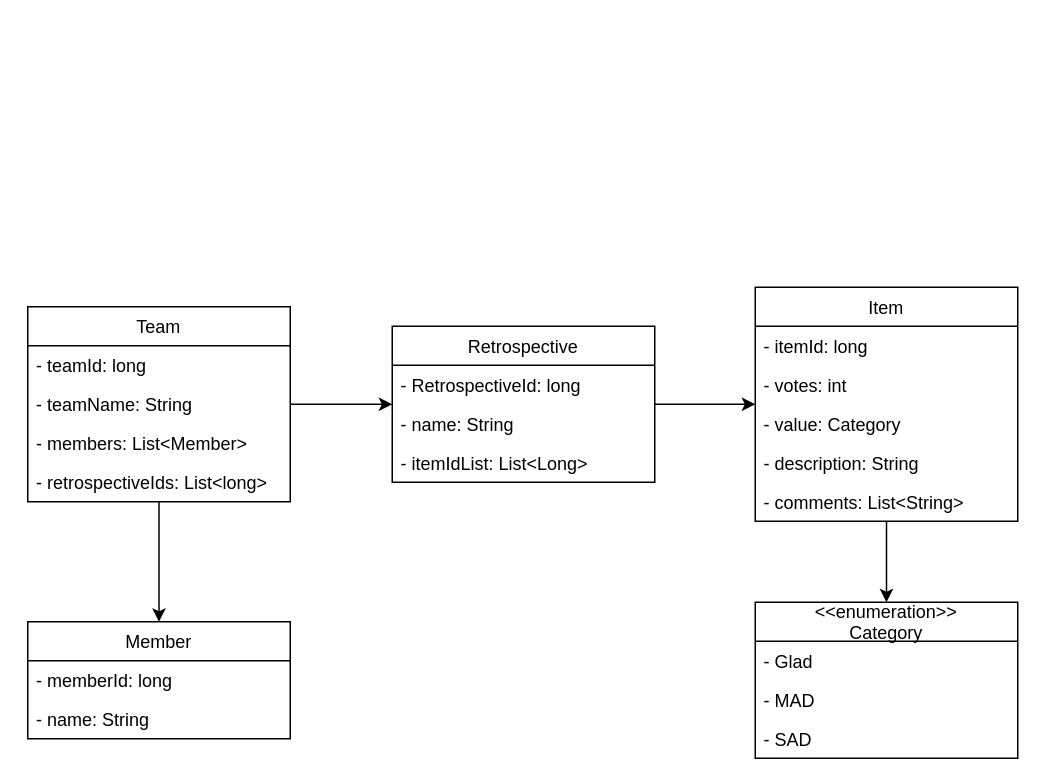
Before: Retrospective DataStructure.drawio in Albert-W/Draw_io, a draw.io diagram. Source tidied: cells renumbered, new cells numbered last; positions are measured from the earlier drawing's top-left corner, leaving out a move shared by most shapes. Both pictures are drawn from the tidied source at 150%, with x=0, y=0 at pixel (27, 286).
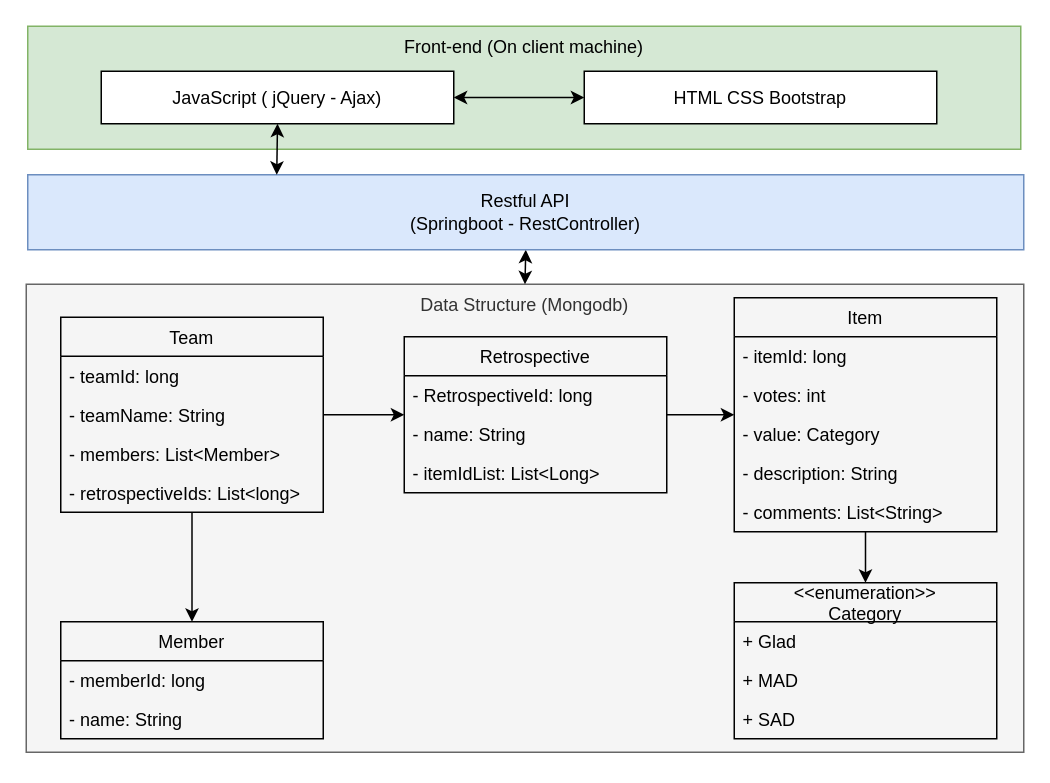
Above is the later version.

Diff of the diagram source:
```diff
@@
+    <mxCell id="28" value="Data Structure (Mongodb)" style="rounded=0;whiteSpace=wrap;html=1;verticalAlign=top;fillColor=#f5f5f5;strokeColor=#666666;fontColor=#333333;" parent="1" vertex="1">
+      <mxGeometry x="-1" y="-2" width="665" height="312" as="geometry" />
+    </mxCell>
@@
     <mxCell id="4" value="Team" style="swimlane;fontStyle=0;horizontal=1;startSize=26;fillColor=none;" parent="1" vertex="1">
-      <mxGeometry y="13" width="175" height="130" as="geometry" />
+      <mxGeometry x="22" y="20" width="175" height="130" as="geometry" />
     </mxCell>
@@
     <mxCell id="10" value="Retrospective" style="swimlane;fontStyle=0;horizontal=1;startSize=26;fillColor=none;" parent="1" vertex="1">
-      <mxGeometry x="243" y="26" width="175" height="104" as="geometry" />
+      <mxGeometry x="251" y="33" width="175" height="104" as="geometry" />
     </mxCell>
@@
     <mxCell id="15" value="Item" style="swimlane;fontStyle=0;horizontal=1;startSize=26;fillColor=none;" parent="1" vertex="1">
-      <mxGeometry x="485" width="175" height="156" as="geometry" />
+      <mxGeometry x="471" y="7" width="175" height="156" as="geometry" />
     </mxCell>
@@
     <mxCell id="21" value="Member" style="swimlane;fontStyle=0;horizontal=1;startSize=26;fillColor=none;" parent="1" vertex="1">
-      <mxGeometry y="223" width="175" height="78" as="geometry" />
+      <mxGeometry x="22" y="223" width="175" height="78" as="geometry" />
     </mxCell>
@@
     <mxCell id="24" value="&lt;&lt;enumeration&gt;&gt;&#10;Category" style="swimlane;fontStyle=0;horizontal=1;startSize=26;fillColor=none;" parent="1" vertex="1">
-      <mxGeometry x="485" y="210" width="175" height="104" as="geometry" />
+      <mxGeometry x="471" y="197" width="175" height="104" as="geometry" />
     </mxCell>
-    <mxCell id="25" value="- Glad" style="text;strokeColor=none;fillColor=none;align=left;verticalAlign=top;spacingLeft=4;spacingRight=4;overflow=hidden;" parent="24" vertex="1">
+    <mxCell id="25" value="+ Glad" style="text;strokeColor=none;fillColor=none;align=left;verticalAlign=top;spacingLeft=4;spacingRight=4;overflow=hidden;" parent="24" vertex="1">
       <mxGeometry y="26" width="175" height="26" as="geometry" />
     </mxCell>
-    <mxCell id="26" value="- MAD" style="text;strokeColor=none;fillColor=none;align=left;verticalAlign=top;spacingLeft=4;spacingRight=4;overflow=hidden;" parent="24" vertex="1">
+    <mxCell id="26" value="+ MAD" style="text;strokeColor=none;fillColor=none;align=left;verticalAlign=top;spacingLeft=4;spacingRight=4;overflow=hidden;" parent="24" vertex="1">
       <mxGeometry y="52" width="175" height="26" as="geometry" />
     </mxCell>
-    <mxCell id="27" value="- SAD" style="text;strokeColor=none;fillColor=none;align=left;verticalAlign=top;spacingLeft=4;spacingRight=4;overflow=hidden;" parent="24" vertex="1">
+    <mxCell id="27" value="+ SAD" style="text;strokeColor=none;fillColor=none;align=left;verticalAlign=top;spacingLeft=4;spacingRight=4;overflow=hidden;" parent="24" vertex="1">
       <mxGeometry y="78" width="175" height="26" as="geometry" />
     </mxCell>
+    <mxCell id="29" style="edgeStyle=orthogonalEdgeStyle;rounded=0;jettySize=auto;html=1;exitX=0.5;exitY=1;exitDx=0;exitDy=0;entryX=0.5;entryY=0;entryDx=0;entryDy=0;startArrow=classic;startFill=1;endArrow=classic;endFill=1;" parent="1" edge="1" source="30" target="28">
+      <mxGeometry relative="1" as="geometry" />
+    </mxCell>
+    <mxCell id="30" value="Restful API&lt;br&gt;(Springboot - RestController)" style="rounded=0;whiteSpace=wrap;html=1;fillColor=#dae8fc;strokeColor=#6c8ebf;" parent="1" vertex="1">
+      <mxGeometry y="-75" width="664" height="50" as="geometry" />
+    </mxCell>
+    <mxCell id="31" value="Front-end (On client machine)" style="rounded=0;whiteSpace=wrap;html=1;align=center;verticalAlign=top;fillColor=#d5e8d4;strokeColor=#82b366;" parent="1" vertex="1">
+      <mxGeometry y="-174" width="662" height="82" as="geometry" />
+    </mxCell>
+    <mxCell id="32" value="HTML CSS Bootstrap" style="rounded=0;whiteSpace=wrap;html=1;" parent="1" vertex="1">
+      <mxGeometry x="371" y="-144" width="235" height="35" as="geometry" />
+    </mxCell>
+    <mxCell id="33" style="edgeStyle=orthogonalEdgeStyle;rounded=0;jettySize=auto;html=1;exitX=1;exitY=0.5;exitDx=0;exitDy=0;entryX=0;entryY=0.5;entryDx=0;entryDy=0;startArrow=classic;startFill=1;endArrow=classic;endFill=1;" parent="1" edge="1" source="35" target="32">
+      <mxGeometry relative="1" as="geometry" />
+    </mxCell>
+    <mxCell id="34" style="edgeStyle=orthogonalEdgeStyle;rounded=0;jettySize=auto;html=1;exitX=0.5;exitY=1;exitDx=0;exitDy=0;entryX=0.25;entryY=0;entryDx=0;entryDy=0;startArrow=classic;startFill=1;endArrow=classic;endFill=1;" parent="1" edge="1" source="35" target="30">
+      <mxGeometry relative="1" as="geometry" />
+    </mxCell>
+    <mxCell id="35" value="JavaScript ( jQuery - Ajax)" style="rounded=0;whiteSpace=wrap;html=1;" parent="1" vertex="1">
+      <mxGeometry x="49" y="-144" width="235" height="35" as="geometry" />
+    </mxCell>
```
